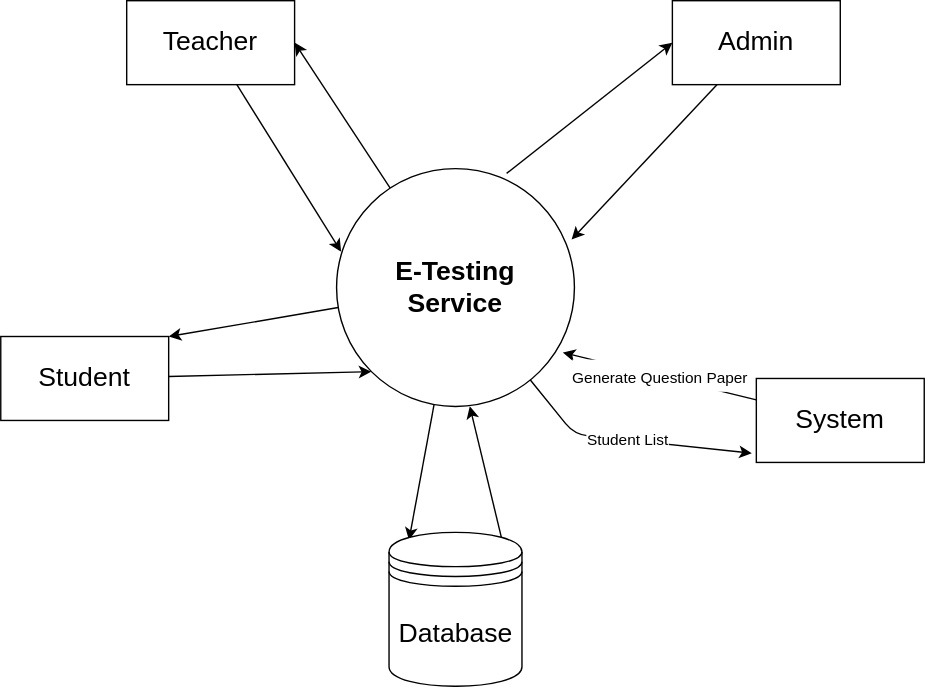
The draw.io diagram DFD lvl 0 .drawio.svg in Zaeem6100/FYP-Documents, before a commit. Source tidied: cells renumbered, new cells last; positions are measured from the earlier drawing's top-left corner, leaving out a move shared by most shapes.
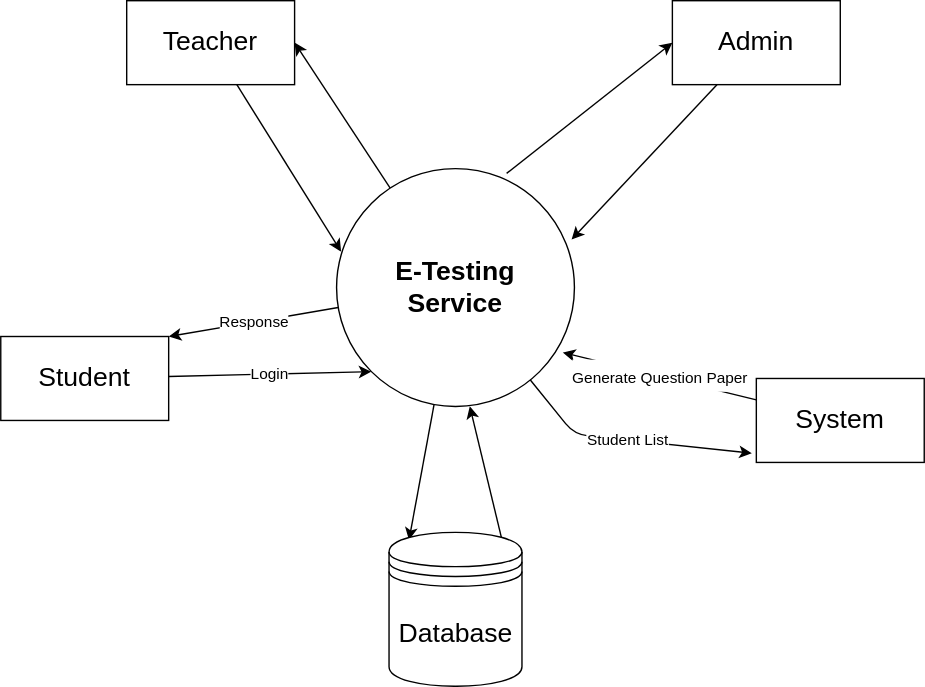
Later version of the same file.

What changed in the source:
```diff
@@ -5,7 +5,7 @@
     <mxCell id="2" style="edgeStyle=none;rounded=1;jettySize=auto;html=1;entryX=1;entryY=0.5;entryDx=0;entryDy=0;fontSize=11;startArrow=none;startFill=0;endArrow=classic;endFill=1;" parent="1" edge="1" source="5" target="11">
       <mxGeometry relative="1" as="geometry" />
     </mxCell>
-    <mxCell id="3" style="edgeStyle=none;rounded=1;jettySize=auto;html=1;entryX=1;entryY=0;entryDx=0;entryDy=0;fontSize=11;startArrow=none;startFill=0;endArrow=classic;endFill=1;" parent="1" edge="1" source="5" target="9">
+    <mxCell id="3" value="Response" style="edgeStyle=none;rounded=1;jettySize=auto;html=1;entryX=1;entryY=0;entryDx=0;entryDy=0;fontSize=11;startArrow=none;startFill=0;endArrow=classic;endFill=1;" parent="1" edge="1" source="5" target="9">
       <mxGeometry relative="1" as="geometry" />
     </mxCell>
     <mxCell id="4" style="edgeStyle=none;rounded=1;jettySize=auto;html=1;entryX=0.15;entryY=0.05;entryDx=0;entryDy=0;entryPerimeter=0;fontSize=11;startArrow=none;startFill=0;endArrow=classic;endFill=1;" parent="1" edge="1" source="5" target="7">
@@ -20,7 +20,7 @@
     <mxCell id="7" value="Database" style="shape=datastore;whiteSpace=wrap;html=1;fontSize=19;" parent="1" vertex="1">
       <mxGeometry x="277.5" y="380" width="95" height="110" as="geometry" />
     </mxCell>
-    <mxCell id="8" style="edgeStyle=none;rounded=1;jettySize=auto;html=1;entryX=0;entryY=1;entryDx=0;entryDy=0;fontSize=11;startArrow=none;startFill=0;endArrow=classic;endFill=1;" parent="1" edge="1" source="9" target="5">
+    <mxCell id="8" value="Login" style="edgeStyle=none;rounded=1;jettySize=auto;html=1;entryX=0;entryY=1;entryDx=0;entryDy=0;fontSize=11;startArrow=none;startFill=0;endArrow=classic;endFill=1;" parent="1" edge="1" source="9" target="5">
       <mxGeometry relative="1" as="geometry" />
     </mxCell>
     <mxCell id="9" value="Student" style="rounded=0;whiteSpace=wrap;html=1;fontSize=19;" parent="1" vertex="1">
```
